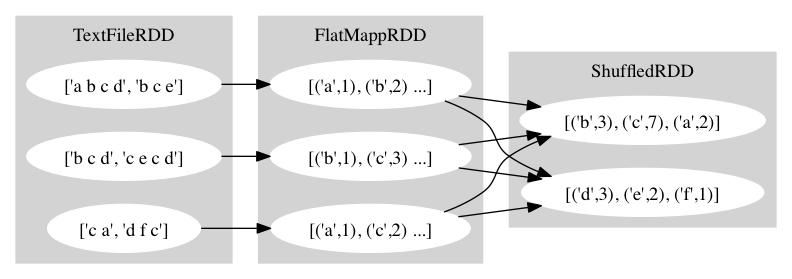
The Graphviz diagram img/dpark/wc-rdd.png in zzl0/DparkIntro, before a commit. Its source is kept beside it as img/dpark/wc-rdd.dot.
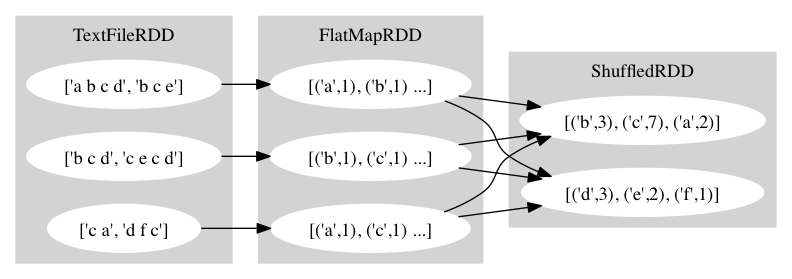
The same diagram one commit later.

Change to the diagram source:
```diff
@@ -12,10 +12,10 @@
     }
 
     subgraph cluster_1 {
-        b0 [label="[('a',1), ('b',2) ...]"];
-        b1 [label="[('b',1), ('c',3) ...]"];
-        b2 [label="[('a',1), ('c',2) ...]"];
-        label = "FlatMappRDD";
+        b0 [label="[('a',1), ('b',1) ...]"];
+        b1 [label="[('b',1), ('c',1) ...]"];
+        b2 [label="[('a',1), ('c',1) ...]"];
+        label = "FlatMapRDD";
     }
 
     subgraph cluster_2 {
```
